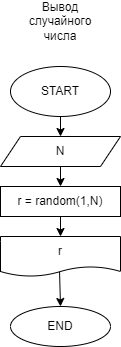
The draw.io diagram ex00.drawio.png in A1ekc/-, before a commit. Source tidied: cells renumbered, new cells last; positions are measured from the earlier drawing's top-left corner, leaving out a move shared by most shapes.
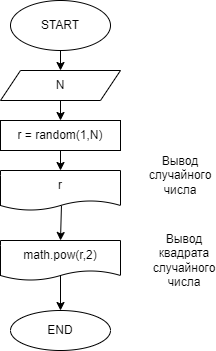
After the commit.

Commit message:
добавили вывод квадрата числа

Change to the diagram source:
```diff
@@ -22,17 +22,28 @@
     <mxCell id="7" value="r = random(1,N)" style="rounded=0;whiteSpace=wrap;html=1;" parent="1" vertex="1">
       <mxGeometry y="180" width="120" height="30" as="geometry" />
     </mxCell>
-    <mxCell id="8" style="edgeStyle=none;html=1;entryX=0.5;entryY=0;entryDx=0;entryDy=0;exitX=0.492;exitY=0.875;exitDx=0;exitDy=0;exitPerimeter=0;" parent="1" edge="1" source="9" target="10">
-      <mxGeometry relative="1" as="geometry" />
+    <mxCell id="8" style="edgeStyle=none;html=1;entryX=0.5;entryY=0;entryDx=0;entryDy=0;" parent="1" edge="1" target="10">
+      <mxGeometry relative="1" as="geometry">
+        <mxPoint x="60" y="330" as="sourcePoint" />
+      </mxGeometry>
     </mxCell>
+    <mxCell id="12" style="edgeStyle=none;html=1;entryX=0.5;entryY=0;entryDx=0;entryDy=0;exitX=0.508;exitY=0.875;exitDx=0;exitDy=0;exitPerimeter=0;" parent="1" edge="1" source="9" target="13">
+      <mxGeometry relative="1" as="geometry" />
+    </mxCell>
     <mxCell id="9" value="r" style="shape=document;whiteSpace=wrap;html=1;boundedLbl=1;size=0.25;" parent="1" vertex="1">
       <mxGeometry y="230" width="120" height="40" as="geometry" />
     </mxCell>
     <mxCell id="10" value="END" style="ellipse;whiteSpace=wrap;html=1;" parent="1" vertex="1">
-      <mxGeometry x="10" y="300" width="100" height="40" as="geometry" />
+      <mxGeometry x="10" y="370" width="100" height="40" as="geometry" />
     </mxCell>
     <mxCell id="11" value="Вывод случайного числа" style="text;html=1;strokeColor=none;fillColor=none;align=center;verticalAlign=middle;whiteSpace=wrap;rounded=0;" parent="1" vertex="1">
-      <mxGeometry x="30" width="60" height="30" as="geometry" />
+      <mxGeometry x="150" y="220" width="60" height="30" as="geometry" />
     </mxCell>
+    <mxCell id="13" value="math.pow(r,2)" style="shape=document;whiteSpace=wrap;html=1;boundedLbl=1;size=0.25;" parent="1" vertex="1">
+      <mxGeometry y="300" width="120" height="40" as="geometry" />
+    </mxCell>
+    <mxCell id="14" value="Вывод квадрата случайного числа" style="text;html=1;strokeColor=none;fillColor=none;align=center;verticalAlign=middle;whiteSpace=wrap;rounded=0;" parent="1" vertex="1">
+      <mxGeometry x="154" y="305" width="60" height="30" as="geometry" />
+    </mxCell>
   </root>
 </mxGraphModel>
```
